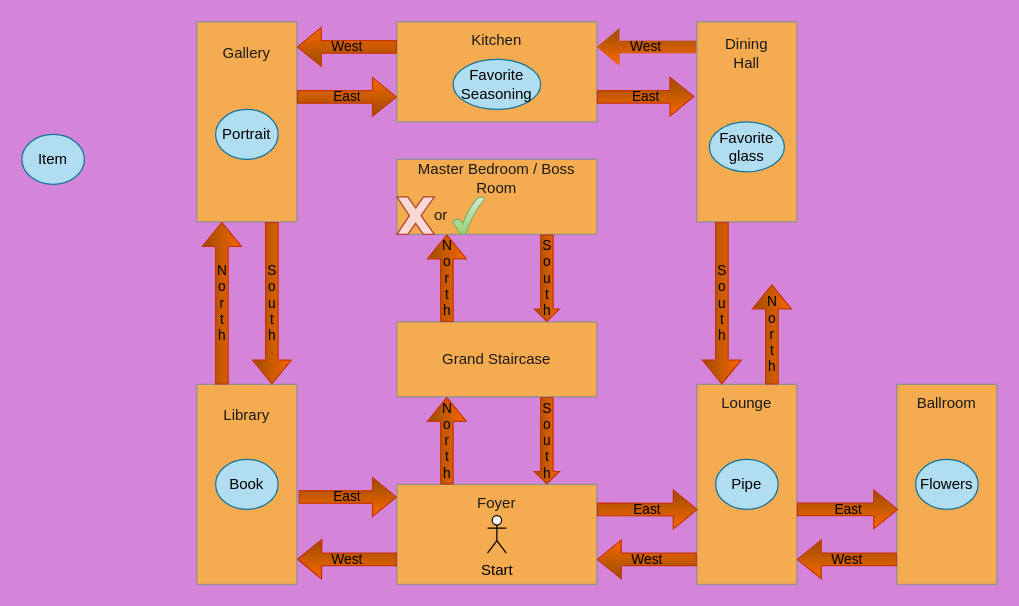
Before: Haunted House.drawio in CourtneyLaCroix/PythonCourseProject, a draw.io diagram. Source tidied: cells renumbered, new cells numbered last; positions are measured from the earlier drawing's top-left corner, leaving out a move shared by most shapes. Both pictures are drawn from the tidied source at 125%, with x=0, y=0 at pixel (21, 21).
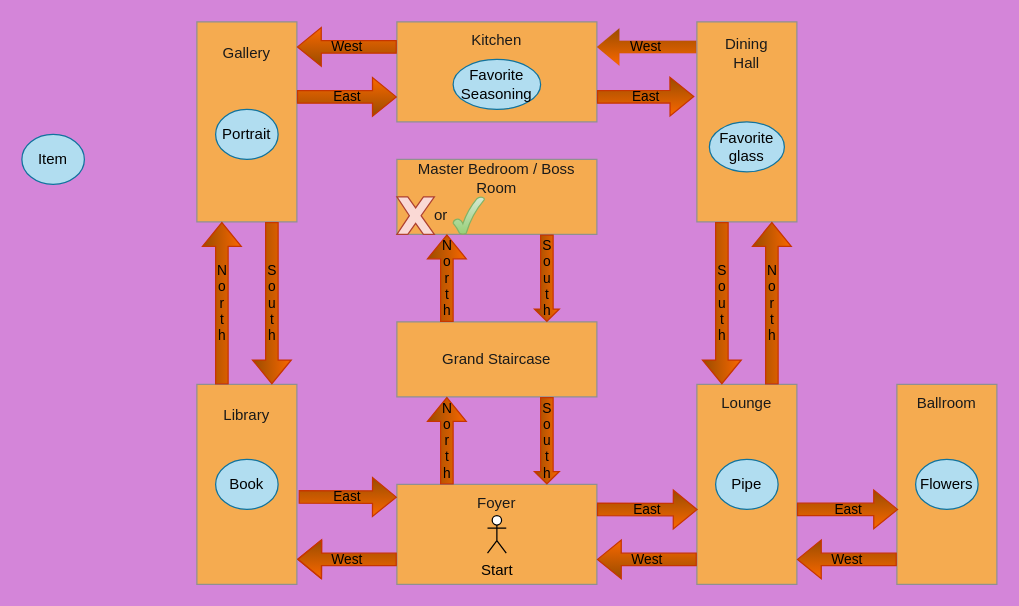
The same page after the edit.

The change refers to these unchanged cells:
```xml
<mxCell id="5" style="rounded=0;whiteSpace=wrap;html=1;fillColor=#F5AB50;strokeColor=#909090;direction=south;labelBackgroundColor=none;fontColor=#1A1A1A;" parent="1" vertex="1">
  <mxGeometry x="540" y="290" width="80" height="160" as="geometry" />
</mxCell>
<mxCell id="6" style="rounded=0;whiteSpace=wrap;html=1;fillColor=#F5AB50;strokeColor=#909090;direction=south;labelBackgroundColor=none;fontColor=#1A1A1A;" parent="1" vertex="1">
  <mxGeometry x="540" width="80" height="160" as="geometry" />
</mxCell>
```

Change to the diagram source:
```diff
@@
-    <mxCell id="25" value="&lt;div&gt;N&lt;/div&gt;&lt;div&gt;o&lt;/div&gt;&lt;div&gt;r&lt;/div&gt;&lt;div&gt;t&lt;/div&gt;&lt;div&gt;h&lt;br&gt;&lt;/div&gt;" style="shape=flexArrow;endArrow=classic;html=1;rounded=0;exitX=0;exitY=0.25;exitDx=0;exitDy=0;strokeColor=#C73500;labelBackgroundColor=none;fontColor=default;fillColor=#fa6800;gradientColor=#994C00;gradientDirection=west;" parent="1" edge="1" source="5">
-      <mxGeometry relative="1" as="geometry">
-        <mxPoint x="600" y="210" as="targetPoint" />
-      </mxGeometry>
+    <mxCell id="25" value="&lt;div&gt;N&lt;/div&gt;&lt;div&gt;o&lt;/div&gt;&lt;div&gt;r&lt;/div&gt;&lt;div&gt;t&lt;/div&gt;&lt;div&gt;h&lt;br&gt;&lt;/div&gt;" style="shape=flexArrow;endArrow=classic;html=1;rounded=0;exitX=0;exitY=0.25;exitDx=0;exitDy=0;strokeColor=#C73500;labelBackgroundColor=none;fontColor=default;fillColor=#fa6800;gradientColor=#994C00;gradientDirection=west;entryX=1;entryY=0.25;entryDx=0;entryDy=0;" parent="1" edge="1" source="5" target="6">
+      <mxGeometry relative="1" as="geometry" />
     </mxCell>
```
